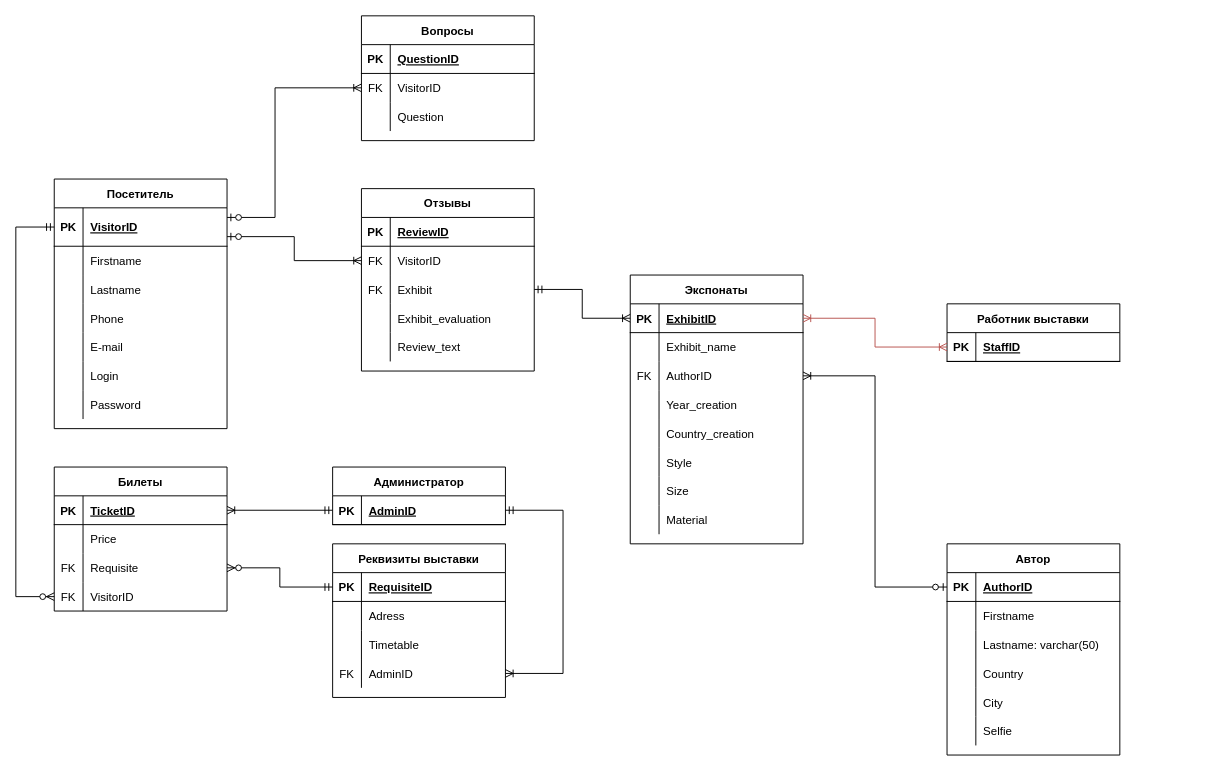
Before: Diagrams/ER.drawio in OlgaMats/-, a draw.io diagram. Source tidied: cells renumbered, new cells numbered last; positions are measured from the earlier drawing's top-left corner, leaving out a move shared by most shapes. Both pictures are drawn from the tidied source at 96%, with x=0, y=0 at pixel (15, 15).
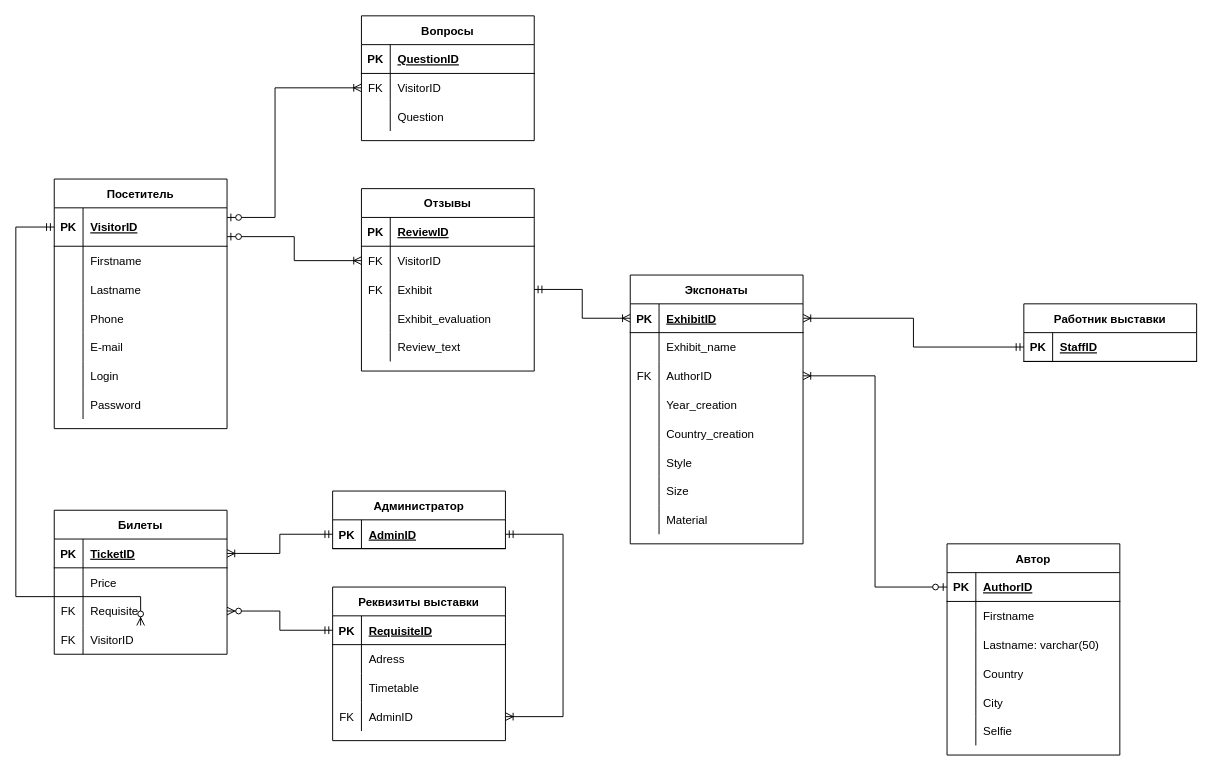
Above is the later version.

Unchanged cells that the change refers to:
```xml
<mxCell id="42" style="shape=partialRectangle;fillColor=none;top=0;left=0;bottom=1;right=0;points=[[0,0.5],[1,0.5]];portConstraint=eastwest;" parent="41" vertex="1">
  <mxGeometry y="30" width="180" height="30" as="geometry" />
</mxCell>
<mxCell id="55" style="shape=partialRectangle;fillColor=none;top=0;left=0;bottom=0;right=0;points=[[0,0.5],[1,0.5]];portConstraint=eastwest;" parent="45" vertex="1">
  <mxGeometry y="120" width="180" height="30" as="geometry" />
</mxCell>
<mxCell id="72" style="shape=partialRectangle;fillColor=none;top=0;left=0;bottom=1;right=0;points=[[0,0.5],[1,0.5]];portConstraint=eastwest;" parent="71" vertex="1">
  <mxGeometry y="30" width="180" height="30" as="geometry" />
</mxCell>
<mxCell id="76" style="shape=partialRectangle;fillColor=none;top=0;left=0;bottom=1;right=0;points=[[0,0.5],[1,0.5]];portConstraint=eastwest;" parent="75" vertex="1">
  <mxGeometry y="30" width="180" height="30" as="geometry" />
</mxCell>
```

Diff of the diagram source:
```diff
@@
     <mxCell id="41" value="Администратор" style="shape=table;startSize=30;childLayout=tableLayout;rowLines=0;fontStyle=1;align=center;" parent="1" vertex="1">
-      <mxGeometry x="330" y="470" width="180" height="60" as="geometry" />
+      <mxGeometry x="330" y="495" width="180" height="60" as="geometry" />
     </mxCell>
@@
     <mxCell id="45" value="Реквизиты выставки" style="shape=table;startSize=30;childLayout=tableLayout;rowLines=0;fontStyle=1;align=center;" parent="1" vertex="1">
-      <mxGeometry x="330" y="550" width="180" height="160" as="geometry" />
+      <mxGeometry x="330" y="595" width="180" height="160" as="geometry" />
     </mxCell>
@@
     <mxCell id="58" value="Билеты" style="shape=table;startSize=30;childLayout=tableLayout;rowLines=0;fontStyle=1;align=center;" parent="1" vertex="1">
-      <mxGeometry x="40" y="470" width="180" height="150" as="geometry" />
+      <mxGeometry x="40" y="515" width="180" height="150" as="geometry" />
     </mxCell>
@@
     <mxCell id="71" value="Работник выставки" style="shape=table;startSize=30;childLayout=tableLayout;rowLines=0;fontStyle=1;align=center;" parent="1" vertex="1">
-      <mxGeometry x="970" y="300" width="180" height="60" as="geometry" />
+      <mxGeometry x="1050" y="300" width="180" height="60" as="geometry" />
     </mxCell>
@@
-    <mxCell id="119" style="edgeStyle=orthogonalEdgeStyle;fontSize=12;html=1;endArrow=ERoneToMany;startArrow=ERoneToMany;rounded=0;fillColor=#f8cecc;strokeColor=#b85450;" parent="1" edge="1" source="76" target="72">
-      <mxGeometry relative="1" as="geometry" />
-    </mxCell>
@@
     <mxCell id="121" style="edgeStyle=orthogonalEdgeStyle;fontSize=12;html=1;endArrow=ERoneToMany;startArrow=ERmandOne;rounded=0;" parent="1" edge="1" source="42" target="55">
       <mxGeometry relative="1" as="geometry">
         <Array as="points">
-          <mxPoint x="570" y="515" />
-          <mxPoint x="570" y="685" />
+          <mxPoint x="570" y="540" />
+          <mxPoint x="570" y="730" />
         </Array>
       </mxGeometry>
     </mxCell>
@@
+    <mxCell id="137" style="edgeStyle=orthogonalEdgeStyle;fontSize=12;html=1;endArrow=ERoneToMany;startArrow=ERmandOne;rounded=0;endFill=0;" parent="1" edge="1" source="72" target="76">
+      <mxGeometry relative="1" as="geometry" />
+    </mxCell>
```
